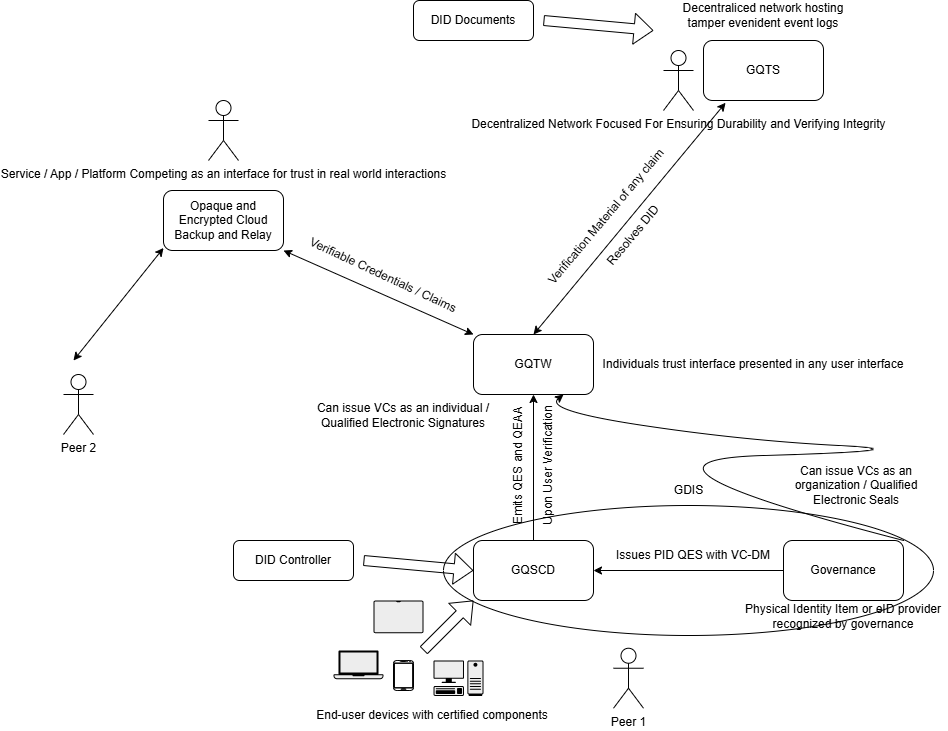
z-base/gidas keeps this draw.io diagram as gidas.drawio.png. Above is the earlier version. Source tidied: cells renumbered, new cells last; positions are measured from the earlier drawing's top-left corner, leaving out a move shared by most shapes.
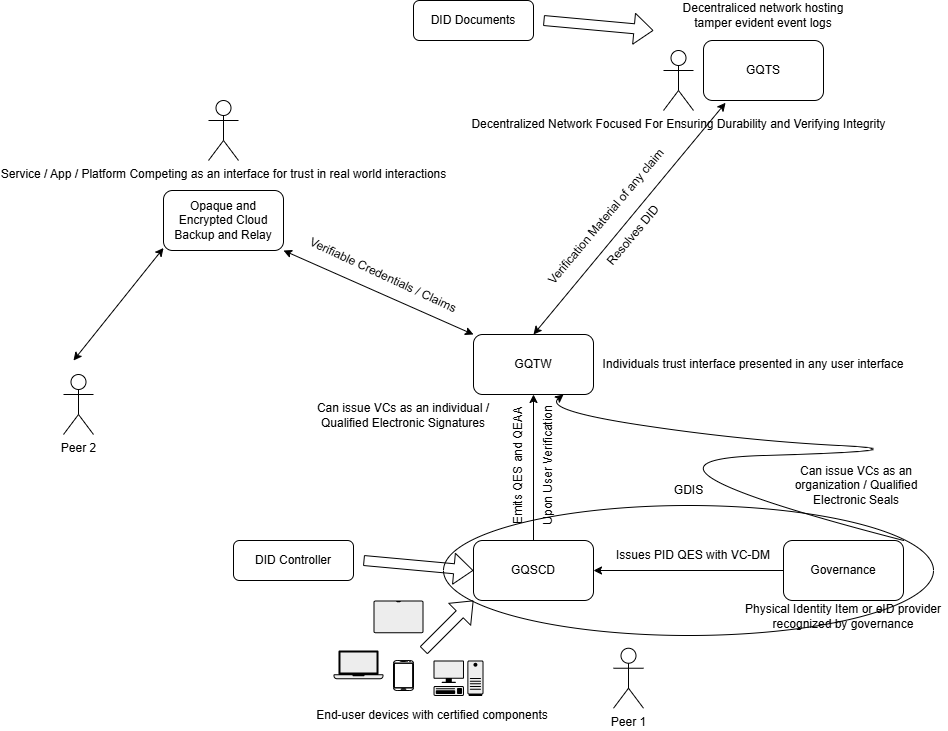
The same diagram one commit later.

Diff of the diagram source:
```diff
@@ -66,7 +66,7 @@
     <mxCell id="20" style="endArrow=classic;startArrow=classic;html=1;rounded=0;entryX=0.184;entryY=1.038;entryDx=0;entryDy=0;entryPerimeter=0;exitX=0.5;exitY=0;exitDx=0;exitDy=0;" parent="1" edge="1" source="7" target="15">
       <mxGeometry relative="1" as="geometry" />
     </mxCell>
-    <mxCell id="21" value="Decentraliced network hosting tamper evenident event logs" style="text;html=1;whiteSpace=wrap;strokeColor=none;fillColor=none;align=center;verticalAlign=middle;rounded=0;" parent="1" vertex="1">
+    <mxCell id="21" value="Decentraliced network hosting tamper evident event logs" style="text;html=1;whiteSpace=wrap;strokeColor=none;fillColor=none;align=center;verticalAlign=middle;rounded=0;" parent="1" vertex="1">
       <mxGeometry x="615" width="170" height="30" as="geometry" />
     </mxCell>
     <mxCell id="22" value="Opaque and Encrypted Cloud Backup and Relay" style="rounded=1;whiteSpace=wrap;html=1;" parent="1" vertex="1">
```
